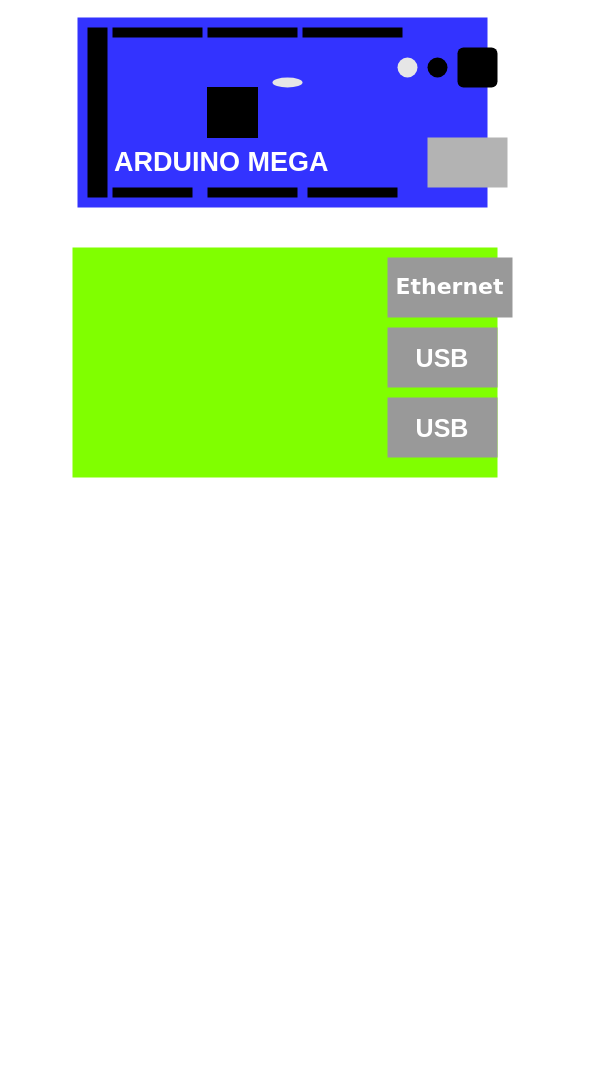
Above: 1.drawio in CODERACHITYA/app.diagrams.net (draw.io), before the change. Source tidied: cells renumbered, new cells numbered last; positions are measured from the earlier drawing's top-left corner, leaving out a move shared by most shapes. Both pictures are drawn from the tidied source at 100%, with x=0, y=0 at pixel (72, 17).
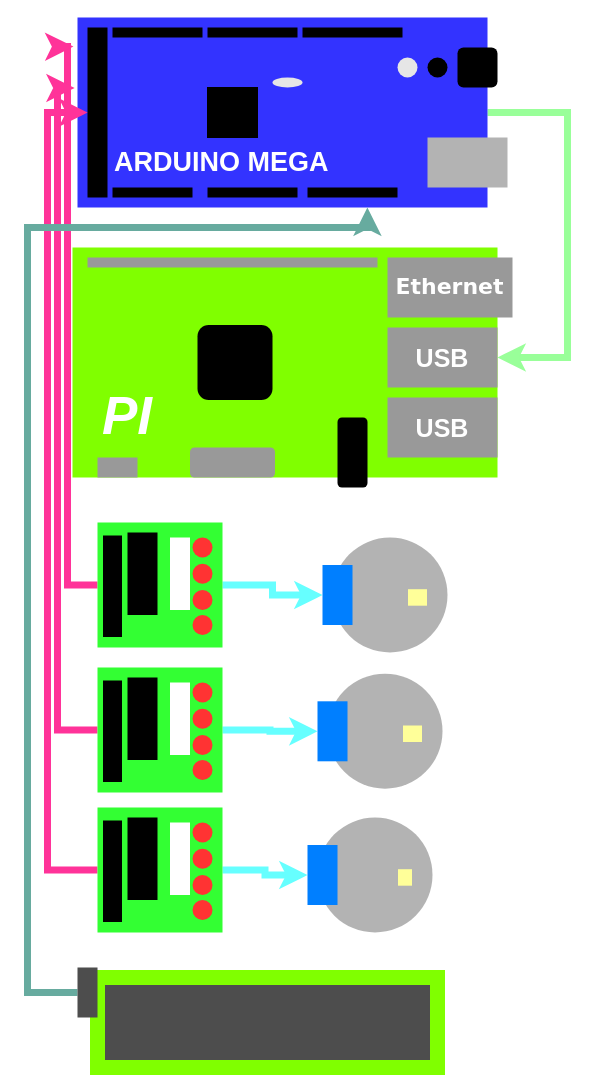
After the change.

Unchanged cells that the change refers to:
```xml
<mxCell id="2" style="rounded=0;whiteSpace=wrap;html=1;fillColor=#3333FF;strokeColor=none;" parent="1" vertex="1">
  <mxGeometry x="5" width="410" height="190" as="geometry" />
</mxCell>
<mxCell id="6" style="rounded=0;whiteSpace=wrap;html=1;strokeColor=none;fillColor=#000000;" parent="1" vertex="1">
  <mxGeometry x="15" y="10" width="20" height="170" as="geometry" />
</mxCell>
<mxCell id="19" value="USB" style="rounded=0;whiteSpace=wrap;html=1;shadow=0;glass=0;sketch=0;fontSize=25;fontColor=#FFFFFF;strokeColor=none;fillColor=#999999;fontStyle=1;" parent="1" vertex="1">
  <mxGeometry x="315" y="310" width="110" height="60" as="geometry" />
</mxCell>
```

Change to the diagram source:
```diff
@@
+    <mxCell id="21" style="edgeStyle=orthogonalEdgeStyle;rounded=0;jettySize=auto;html=1;exitX=1;exitY=0.5;exitDx=0;exitDy=0;entryX=1;entryY=0.5;entryDx=0;entryDy=0;fontSize=53;fontColor=#FFFFFF;strokeColor=#99FF99;strokeWidth=7;" parent="1" edge="1" source="2" target="19">
+      <mxGeometry relative="1" as="geometry">
+        <Array as="points">
+          <mxPoint x="495" y="95" />
+          <mxPoint x="495" y="340" />
+        </Array>
+      </mxGeometry>
+    </mxCell>
@@
+    <mxCell id="22" style="whiteSpace=wrap;html=1;rounded=1;shadow=0;glass=0;sketch=0;fontSize=22;fontColor=#FFFFFF;strokeColor=none;fillColor=#000000;" parent="1" vertex="1">
+      <mxGeometry x="125" y="307.5" width="75" height="75" as="geometry" />
+    </mxCell>
+    <mxCell id="23" style="rounded=0;whiteSpace=wrap;html=1;shadow=0;glass=0;sketch=0;fontSize=22;fontColor=#FFFFFF;strokeColor=none;fillColor=#999999;" parent="1" vertex="1">
+      <mxGeometry x="15" y="240" width="290" height="10" as="geometry" />
+    </mxCell>
+    <mxCell id="24" style="rounded=0;whiteSpace=wrap;html=1;shadow=0;glass=0;sketch=0;fontSize=22;fontColor=#FFFFFF;strokeColor=none;fillColor=#999999;" parent="1" vertex="1">
+      <mxGeometry x="25" y="440" width="40" height="20" as="geometry" />
+    </mxCell>
+    <mxCell id="25" style="rounded=1;whiteSpace=wrap;html=1;shadow=0;glass=0;sketch=0;fontSize=22;fontColor=#FFFFFF;strokeColor=none;fillColor=#999999;" parent="1" vertex="1">
+      <mxGeometry x="117.5" y="430" width="85" height="30" as="geometry" />
+    </mxCell>
+    <mxCell id="26" style="rounded=1;whiteSpace=wrap;html=1;shadow=0;glass=0;sketch=0;fontSize=22;fontColor=#FFFFFF;strokeColor=none;fillColor=#000000;" parent="1" vertex="1">
+      <mxGeometry x="265" y="400" width="30" height="70" as="geometry" />
+    </mxCell>
+    <mxCell id="27" value="PI" style="text;html=1;strokeColor=none;fillColor=none;align=center;verticalAlign=middle;whiteSpace=wrap;rounded=0;shadow=0;glass=0;sketch=0;fontSize=53;fontColor=#FFFFFF;strokeWidth=9;fontStyle=3;" parent="1" vertex="1">
+      <mxGeometry x="25" y="382.5" width="60" height="30" as="geometry" />
+    </mxCell>
+    <mxCell id="28" style="edgeStyle=orthogonalEdgeStyle;rounded=0;jettySize=auto;html=1;exitX=1;exitY=0.5;exitDx=0;exitDy=0;entryX=0;entryY=0.5;entryDx=0;entryDy=0;fontSize=53;fontColor=#FFFFFF;strokeWidth=7;strokeColor=#66FFFF;" parent="1" edge="1" source="30" target="59">
+      <mxGeometry relative="1" as="geometry" />
+    </mxCell>
+    <mxCell id="29" style="edgeStyle=orthogonalEdgeStyle;jettySize=auto;html=1;exitX=0;exitY=0.5;exitDx=0;exitDy=0;entryX=-0.01;entryY=0.153;entryDx=0;entryDy=0;entryPerimeter=0;fontSize=53;fontColor=#FFFFFF;strokeColor=#FF3399;strokeWidth=7;rounded=0;" parent="1" edge="1" source="30" target="2">
+      <mxGeometry relative="1" as="geometry">
+        <Array as="points">
+          <mxPoint x="-5" y="567" />
+          <mxPoint x="-5" y="29" />
+        </Array>
+      </mxGeometry>
+    </mxCell>
+    <mxCell id="30" style="whiteSpace=wrap;html=1;rounded=0;shadow=0;glass=0;sketch=0;fontSize=53;fontColor=#FFFFFF;strokeColor=none;strokeWidth=9;fillColor=#33FF33;" parent="1" vertex="1">
+      <mxGeometry x="25" y="505" width="125" height="125" as="geometry" />
+    </mxCell>
+    <mxCell id="31" style="rounded=0;whiteSpace=wrap;html=1;shadow=0;glass=0;sketch=0;fontSize=53;fontColor=#FFFFFF;strokeColor=none;strokeWidth=9;fillColor=#000000;" parent="1" vertex="1">
+      <mxGeometry x="55" y="515" width="30" height="82.5" as="geometry" />
+    </mxCell>
+    <mxCell id="32" style="rounded=0;whiteSpace=wrap;html=1;shadow=0;glass=0;sketch=0;fontSize=53;fontColor=#FFFFFF;strokeColor=#000000;strokeWidth=9;fillColor=#000000;" parent="1" vertex="1">
+      <mxGeometry x="35" y="522.5" width="10" height="92.5" as="geometry" />
+    </mxCell>
+    <mxCell id="33" style="rounded=0;whiteSpace=wrap;html=1;shadow=0;glass=0;sketch=0;fontSize=53;fontColor=#FFFFFF;strokeColor=none;strokeWidth=9;fillColor=#FFFFFF;" parent="1" vertex="1">
+      <mxGeometry x="97.5" y="520" width="20" height="72.5" as="geometry" />
+    </mxCell>
+    <mxCell id="34" style="ellipse;whiteSpace=wrap;html=1;rounded=0;shadow=0;glass=0;sketch=0;fontSize=53;fontColor=#FFFFFF;strokeColor=none;strokeWidth=9;fillColor=#FF3333;" parent="1" vertex="1">
+      <mxGeometry x="120" y="520" width="20" height="20" as="geometry" />
+    </mxCell>
+    <mxCell id="35" style="ellipse;whiteSpace=wrap;html=1;rounded=0;shadow=0;glass=0;sketch=0;fontSize=53;fontColor=#FFFFFF;strokeColor=none;strokeWidth=9;fillColor=#FF3333;" parent="1" vertex="1">
+      <mxGeometry x="120" y="546.2" width="20" height="20" as="geometry" />
+    </mxCell>
+    <mxCell id="36" style="ellipse;whiteSpace=wrap;html=1;rounded=0;shadow=0;glass=0;sketch=0;fontSize=53;fontColor=#FFFFFF;strokeColor=none;strokeWidth=9;fillColor=#FF3333;" parent="1" vertex="1">
+      <mxGeometry x="120" y="572.5" width="20" height="20" as="geometry" />
+    </mxCell>
+    <mxCell id="37" style="ellipse;whiteSpace=wrap;html=1;rounded=0;shadow=0;glass=0;sketch=0;fontSize=53;fontColor=#FFFFFF;strokeColor=none;strokeWidth=9;fillColor=#FF3333;" parent="1" vertex="1">
+      <mxGeometry x="120" y="597.5" width="20" height="20" as="geometry" />
+    </mxCell>
+    <mxCell id="38" style="edgeStyle=orthogonalEdgeStyle;rounded=0;jettySize=auto;html=1;exitX=1;exitY=0.5;exitDx=0;exitDy=0;fontSize=53;fontColor=#FFFFFF;strokeColor=#66FFFF;strokeWidth=7;" parent="1" edge="1" source="40" target="62">
+      <mxGeometry relative="1" as="geometry" />
+    </mxCell>
+    <mxCell id="39" style="edgeStyle=orthogonalEdgeStyle;rounded=0;jettySize=auto;html=1;exitX=0;exitY=0.5;exitDx=0;exitDy=0;entryX=-0.007;entryY=0.371;entryDx=0;entryDy=0;entryPerimeter=0;fontSize=53;fontColor=#FFFFFF;strokeColor=#FF3399;strokeWidth=7;elbow=vertical;" parent="1" edge="1" source="40" target="2">
+      <mxGeometry relative="1" as="geometry">
+        <Array as="points">
+          <mxPoint x="-15" y="713" />
+          <mxPoint x="-15" y="71" />
+        </Array>
+      </mxGeometry>
+    </mxCell>
+    <mxCell id="40" style="whiteSpace=wrap;html=1;rounded=0;shadow=0;glass=0;sketch=0;fontSize=53;fontColor=#FFFFFF;strokeColor=none;strokeWidth=9;fillColor=#33FF33;" parent="1" vertex="1">
+      <mxGeometry x="25" y="650" width="125" height="125" as="geometry" />
+    </mxCell>
+    <mxCell id="41" style="rounded=0;whiteSpace=wrap;html=1;shadow=0;glass=0;sketch=0;fontSize=53;fontColor=#FFFFFF;strokeColor=none;strokeWidth=9;fillColor=#000000;" parent="1" vertex="1">
+      <mxGeometry x="55" y="660" width="30" height="82.5" as="geometry" />
+    </mxCell>
+    <mxCell id="42" style="rounded=0;whiteSpace=wrap;html=1;shadow=0;glass=0;sketch=0;fontSize=53;fontColor=#FFFFFF;strokeColor=#000000;strokeWidth=9;fillColor=#000000;" parent="1" vertex="1">
+      <mxGeometry x="35" y="667.5" width="10" height="92.5" as="geometry" />
+    </mxCell>
+    <mxCell id="43" style="rounded=0;whiteSpace=wrap;html=1;shadow=0;glass=0;sketch=0;fontSize=53;fontColor=#FFFFFF;strokeColor=none;strokeWidth=9;fillColor=#FFFFFF;" parent="1" vertex="1">
+      <mxGeometry x="97.5" y="665" width="20" height="72.5" as="geometry" />
+    </mxCell>
+    <mxCell id="44" style="ellipse;whiteSpace=wrap;html=1;rounded=0;shadow=0;glass=0;sketch=0;fontSize=53;fontColor=#FFFFFF;strokeColor=none;strokeWidth=9;fillColor=#FF3333;" parent="1" vertex="1">
+      <mxGeometry x="120" y="665" width="20" height="20" as="geometry" />
+    </mxCell>
+    <mxCell id="45" style="ellipse;whiteSpace=wrap;html=1;rounded=0;shadow=0;glass=0;sketch=0;fontSize=53;fontColor=#FFFFFF;strokeColor=none;strokeWidth=9;fillColor=#FF3333;" parent="1" vertex="1">
+      <mxGeometry x="120" y="691.2" width="20" height="20" as="geometry" />
+    </mxCell>
+    <mxCell id="46" style="ellipse;whiteSpace=wrap;html=1;rounded=0;shadow=0;glass=0;sketch=0;fontSize=53;fontColor=#FFFFFF;strokeColor=none;strokeWidth=9;fillColor=#FF3333;" parent="1" vertex="1">
+      <mxGeometry x="120" y="717.5" width="20" height="20" as="geometry" />
+    </mxCell>
+    <mxCell id="47" style="ellipse;whiteSpace=wrap;html=1;rounded=0;shadow=0;glass=0;sketch=0;fontSize=53;fontColor=#FFFFFF;strokeColor=none;strokeWidth=9;fillColor=#FF3333;" parent="1" vertex="1">
+      <mxGeometry x="120" y="742.5" width="20" height="20" as="geometry" />
+    </mxCell>
+    <mxCell id="48" style="edgeStyle=orthogonalEdgeStyle;rounded=0;jettySize=auto;html=1;exitX=1;exitY=0.5;exitDx=0;exitDy=0;fontSize=53;fontColor=#FFFFFF;strokeColor=#66FFFF;strokeWidth=7;" parent="1" edge="1" source="50" target="65">
+      <mxGeometry relative="1" as="geometry" />
+    </mxCell>
+    <mxCell id="49" style="edgeStyle=orthogonalEdgeStyle;rounded=0;jettySize=auto;html=1;exitX=0;exitY=0.5;exitDx=0;exitDy=0;entryX=0;entryY=0.5;entryDx=0;entryDy=0;fontSize=53;fontColor=#FFFFFF;strokeColor=#FF3399;strokeWidth=7;elbow=vertical;" parent="1" edge="1" source="50" target="6">
+      <mxGeometry relative="1" as="geometry">
+        <Array as="points">
+          <mxPoint x="-25" y="853" />
+          <mxPoint x="-25" y="95" />
+        </Array>
+      </mxGeometry>
+    </mxCell>
+    <mxCell id="50" style="whiteSpace=wrap;html=1;rounded=0;shadow=0;glass=0;sketch=0;fontSize=53;fontColor=#FFFFFF;strokeColor=none;strokeWidth=9;fillColor=#33FF33;" parent="1" vertex="1">
+      <mxGeometry x="25" y="790" width="125" height="125" as="geometry" />
+    </mxCell>
+    <mxCell id="51" style="rounded=0;whiteSpace=wrap;html=1;shadow=0;glass=0;sketch=0;fontSize=53;fontColor=#FFFFFF;strokeColor=none;strokeWidth=9;fillColor=#000000;" parent="1" vertex="1">
+      <mxGeometry x="55" y="800" width="30" height="82.5" as="geometry" />
+    </mxCell>
+    <mxCell id="52" style="rounded=0;whiteSpace=wrap;html=1;shadow=0;glass=0;sketch=0;fontSize=53;fontColor=#FFFFFF;strokeColor=#000000;strokeWidth=9;fillColor=#000000;" parent="1" vertex="1">
+      <mxGeometry x="35" y="807.5" width="10" height="92.5" as="geometry" />
+    </mxCell>
+    <mxCell id="53" style="rounded=0;whiteSpace=wrap;html=1;shadow=0;glass=0;sketch=0;fontSize=53;fontColor=#FFFFFF;strokeColor=none;strokeWidth=9;fillColor=#FFFFFF;" parent="1" vertex="1">
+      <mxGeometry x="97.5" y="805" width="20" height="72.5" as="geometry" />
+    </mxCell>
+    <mxCell id="54" style="ellipse;whiteSpace=wrap;html=1;rounded=0;shadow=0;glass=0;sketch=0;fontSize=53;fontColor=#FFFFFF;strokeColor=none;strokeWidth=9;fillColor=#FF3333;" parent="1" vertex="1">
+      <mxGeometry x="120" y="805" width="20" height="20" as="geometry" />
+    </mxCell>
+    <mxCell id="55" style="ellipse;whiteSpace=wrap;html=1;rounded=0;shadow=0;glass=0;sketch=0;fontSize=53;fontColor=#FFFFFF;strokeColor=none;strokeWidth=9;fillColor=#FF3333;" parent="1" vertex="1">
+      <mxGeometry x="120" y="831.2" width="20" height="20" as="geometry" />
+    </mxCell>
+    <mxCell id="56" style="ellipse;whiteSpace=wrap;html=1;rounded=0;shadow=0;glass=0;sketch=0;fontSize=53;fontColor=#FFFFFF;strokeColor=none;strokeWidth=9;fillColor=#FF3333;" parent="1" vertex="1">
+      <mxGeometry x="120" y="857.5" width="20" height="20" as="geometry" />
+    </mxCell>
+    <mxCell id="57" style="ellipse;whiteSpace=wrap;html=1;rounded=0;shadow=0;glass=0;sketch=0;fontSize=53;fontColor=#FFFFFF;strokeColor=none;strokeWidth=9;fillColor=#FF3333;" parent="1" vertex="1">
+      <mxGeometry x="120" y="882.5" width="20" height="20" as="geometry" />
+    </mxCell>
+    <mxCell id="58" style="ellipse;whiteSpace=wrap;html=1;rounded=0;shadow=0;glass=0;sketch=0;fontSize=53;fontColor=#FFFFFF;strokeColor=none;strokeWidth=9;fillColor=#B3B3B3;" parent="1" vertex="1">
+      <mxGeometry x="260" y="520" width="115" height="115" as="geometry" />
+    </mxCell>
+    <mxCell id="59" style="rounded=0;whiteSpace=wrap;html=1;shadow=0;glass=0;sketch=0;fontSize=53;fontColor=#FFFFFF;strokeColor=none;strokeWidth=9;fillColor=#007FFF;" parent="1" vertex="1">
+      <mxGeometry x="250" y="547.5" width="30" height="60" as="geometry" />
+    </mxCell>
+    <mxCell id="60" style="rounded=0;whiteSpace=wrap;html=1;shadow=0;glass=0;sketch=0;fontSize=53;fontColor=#FFFFFF;strokeColor=#FFFF99;strokeWidth=9;fillColor=#FFFF99;" parent="1" vertex="1">
+      <mxGeometry x="340" y="576.2" width="10" height="7.5" as="geometry" />
+    </mxCell>
+    <mxCell id="61" style="ellipse;whiteSpace=wrap;html=1;rounded=0;shadow=0;glass=0;sketch=0;fontSize=53;fontColor=#FFFFFF;strokeColor=none;strokeWidth=9;fillColor=#B3B3B3;" parent="1" vertex="1">
+      <mxGeometry x="255" y="656.2" width="115" height="115" as="geometry" />
+    </mxCell>
+    <mxCell id="62" style="rounded=0;whiteSpace=wrap;html=1;shadow=0;glass=0;sketch=0;fontSize=53;fontColor=#FFFFFF;strokeColor=none;strokeWidth=9;fillColor=#007FFF;" parent="1" vertex="1">
+      <mxGeometry x="245" y="683.8" width="30" height="60" as="geometry" />
+    </mxCell>
+    <mxCell id="63" style="rounded=0;whiteSpace=wrap;html=1;shadow=0;glass=0;sketch=0;fontSize=53;fontColor=#FFFFFF;strokeColor=#FFFF99;strokeWidth=9;fillColor=#FFFF99;" parent="1" vertex="1">
+      <mxGeometry x="335" y="712.5" width="10" height="7.5" as="geometry" />
+    </mxCell>
+    <mxCell id="64" style="ellipse;whiteSpace=wrap;html=1;rounded=0;shadow=0;glass=0;sketch=0;fontSize=53;fontColor=#FFFFFF;strokeColor=none;strokeWidth=9;fillColor=#B3B3B3;" parent="1" vertex="1">
+      <mxGeometry x="245" y="800" width="115" height="115" as="geometry" />
+    </mxCell>
+    <mxCell id="65" style="rounded=0;whiteSpace=wrap;html=1;shadow=0;glass=0;sketch=0;fontSize=53;fontColor=#FFFFFF;strokeColor=none;strokeWidth=9;fillColor=#007FFF;" parent="1" vertex="1">
+      <mxGeometry x="235" y="827.5" width="30" height="60" as="geometry" />
+    </mxCell>
+    <mxCell id="66" style="rounded=0;whiteSpace=wrap;html=1;shadow=0;glass=0;sketch=0;fontSize=53;fontColor=#FFFFFF;strokeColor=#FFFF99;strokeWidth=9;fillColor=#FFFF99;" parent="1" vertex="1">
+      <mxGeometry x="330" y="856.2" width="5" height="7.5" as="geometry" />
+    </mxCell>
+    <mxCell id="67" style="rounded=0;whiteSpace=wrap;html=1;shadow=0;glass=0;sketch=0;fontSize=53;fontColor=#FFFFFF;strokeColor=#80FF00;strokeWidth=15;fillColor=#4D4D4D;" parent="1" vertex="1">
+      <mxGeometry x="25" y="960" width="340" height="90" as="geometry" />
+    </mxCell>
+    <mxCell id="68" style="edgeStyle=orthogonalEdgeStyle;rounded=0;jettySize=auto;html=1;exitX=0;exitY=0.5;exitDx=0;exitDy=0;entryX=0.707;entryY=1;entryDx=0;entryDy=0;entryPerimeter=0;fontSize=53;fontColor=#FFFFFF;strokeColor=#67AB9F;strokeWidth=7;elbow=vertical;" parent="1" edge="1" source="69" target="2">
+      <mxGeometry relative="1" as="geometry">
+        <Array as="points">
+          <mxPoint x="-45" y="975" />
+          <mxPoint x="-45" y="210" />
+          <mxPoint x="295" y="210" />
+        </Array>
+      </mxGeometry>
+    </mxCell>
+    <mxCell id="69" style="rounded=0;whiteSpace=wrap;html=1;shadow=0;glass=0;sketch=0;fontSize=53;fontColor=#FFFFFF;strokeColor=none;strokeWidth=15;fillColor=#4D4D4D;" parent="1" vertex="1">
+      <mxGeometry x="5" y="950" width="20" height="50" as="geometry" />
+    </mxCell>
```
